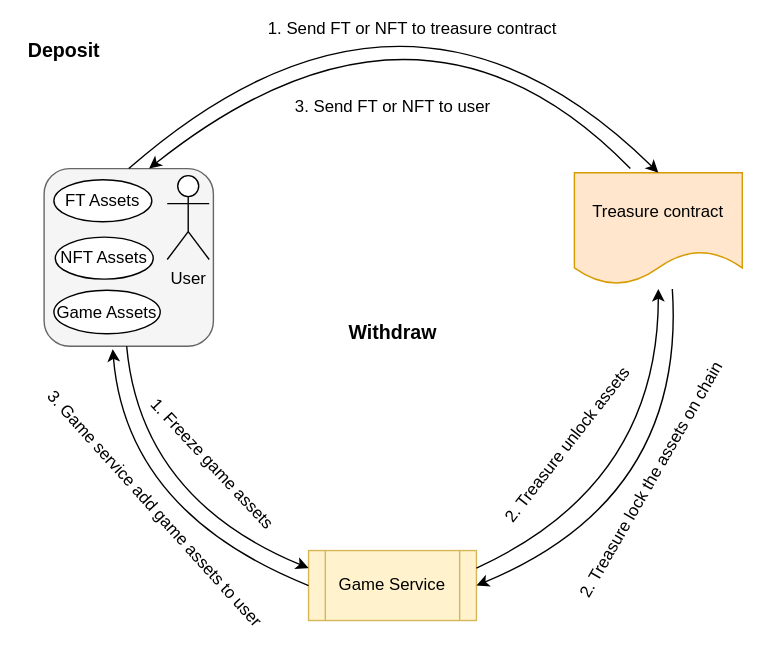
SHLGame/slate keeps this draw.io diagram as source/images/assetsFlow.svg. Above is the earlier version. Source tidied: cells renumbered, new cells last; positions are measured from the earlier drawing's top-left corner, leaving out a move shared by most shapes.
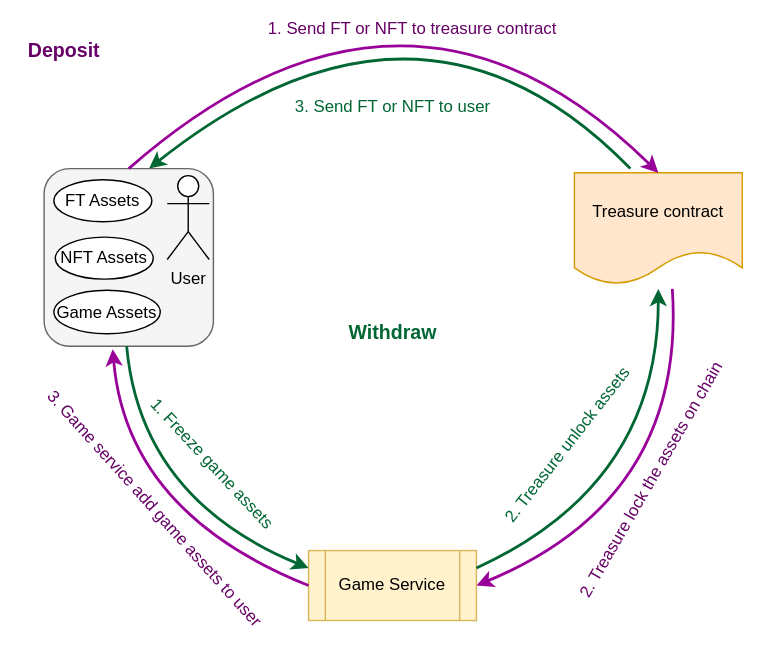
Above is the later version.

Diff of the diagram source:
```diff
@@ -14,7 +14,7 @@
     <mxCell id="5" value="Treasure contract" style="shape=document;whiteSpace=wrap;html=1;boundedLbl=1;fillColor=#ffe6cc;strokeColor=#d79b00;" parent="1" vertex="1">
       <mxGeometry x="420" y="177" width="120" height="80" as="geometry" />
     </mxCell>
-    <mxCell id="6" value="1. Send FT or NFT to treasure contract" style="text;html=1;align=center;verticalAlign=middle;strokeColor=none;fillColor=none;" parent="1" vertex="1">
+    <mxCell id="6" value="1. Send FT or NFT to treasure contract" style="text;html=1;align=center;verticalAlign=middle;strokeColor=none;fillColor=none;fontColor=#660066;" parent="1" vertex="1">
       <mxGeometry x="194" y="64" width="220" height="20" as="geometry" />
     </mxCell>
     <mxCell id="7" value="FT Assets" style="ellipse;whiteSpace=wrap;html=1;" parent="1" vertex="1">
@@ -23,20 +23,20 @@
     <mxCell id="8" value="NFT Assets" style="ellipse;whiteSpace=wrap;html=1;" parent="1" vertex="1">
       <mxGeometry x="49" y="223" width="70" height="30" as="geometry" />
     </mxCell>
-    <mxCell id="9" value="2. Treasure lock the assets on chain" style="text;html=1;align=center;verticalAlign=middle;strokeColor=none;fillColor=none;rotation=-60;" parent="1" vertex="1">
+    <mxCell id="9" value="2. Treasure lock the assets on chain" style="text;html=1;align=center;verticalAlign=middle;strokeColor=none;fillColor=none;rotation=-60;fontColor=#660066;" parent="1" vertex="1">
       <mxGeometry x="370" y="387" width="210" height="20" as="geometry" />
     </mxCell>
     <mxCell id="10" value="Game Assets" style="ellipse;whiteSpace=wrap;html=1;" parent="1" vertex="1">
       <mxGeometry x="48" y="261" width="76" height="31" as="geometry" />
     </mxCell>
-    <mxCell id="11" style="curved=1;endArrow=classic;html=1;rounded=0;exitX=0.5;exitY=0;exitDx=0;exitDy=0;entryX=0.5;entryY=0;entryDx=0;entryDy=0;" parent="1" edge="1" source="2" target="5">
+    <mxCell id="11" style="curved=1;endArrow=classic;html=1;rounded=0;exitX=0.5;exitY=0;exitDx=0;exitDy=0;entryX=0.5;entryY=0;entryDx=0;entryDy=0;fontColor=#660066;strokeWidth=2;strokeColor=#990099;" parent="1" edge="1" source="2" target="5">
       <mxGeometry relative="1" as="geometry">
         <Array as="points">
           <mxPoint x="300" />
         </Array>
       </mxGeometry>
     </mxCell>
-    <mxCell id="12" style="curved=1;endArrow=classic;html=1;rounded=0;entryX=1;entryY=0.5;entryDx=0;entryDy=0;" parent="1" edge="1" target="3">
+    <mxCell id="12" style="curved=1;endArrow=classic;html=1;rounded=0;entryX=1;entryY=0.5;entryDx=0;entryDy=0;fontColor=#660066;strokeWidth=2;strokeColor=#990099;" parent="1" edge="1" target="3">
       <mxGeometry relative="1" as="geometry">
         <mxPoint x="490" y="260" as="sourcePoint" />
         <Array as="points">
@@ -44,17 +44,17 @@
         </Array>
       </mxGeometry>
     </mxCell>
-    <mxCell id="13" style="curved=1;endArrow=classic;html=1;rounded=0;exitX=0;exitY=0.5;exitDx=0;exitDy=0;entryX=0.405;entryY=1.016;entryDx=0;entryDy=0;entryPerimeter=0;" parent="1" edge="1" source="3" target="2">
+    <mxCell id="13" style="curved=1;endArrow=classic;html=1;rounded=0;exitX=0;exitY=0.5;exitDx=0;exitDy=0;entryX=0.405;entryY=1.016;entryDx=0;entryDy=0;entryPerimeter=0;fontColor=#660066;strokeWidth=2;strokeColor=#990099;" parent="1" edge="1" source="3" target="2">
       <mxGeometry relative="1" as="geometry">
         <Array as="points">
           <mxPoint x="100" y="420" />
         </Array>
       </mxGeometry>
     </mxCell>
-    <mxCell id="14" value="3. Game service add game assets to user" style="text;html=1;align=center;verticalAlign=middle;strokeColor=none;fillColor=none;rotation=48;" parent="1" vertex="1">
+    <mxCell id="14" value="3. Game service add game assets to user" style="text;html=1;align=center;verticalAlign=middle;strokeColor=none;fillColor=none;rotation=48;fontColor=#660066;" parent="1" vertex="1">
       <mxGeometry y="407" width="240" height="20" as="geometry" />
     </mxCell>
-    <mxCell id="15" style="curved=1;endArrow=classic;html=1;rounded=0;entryX=0;entryY=0.25;entryDx=0;entryDy=0;" parent="1" edge="1" target="3">
+    <mxCell id="15" style="curved=1;endArrow=classic;html=1;rounded=0;entryX=0;entryY=0.25;entryDx=0;entryDy=0;fontColor=#006633;strokeColor=#006633;strokeWidth=2;" parent="1" edge="1" target="3">
       <mxGeometry relative="1" as="geometry">
         <mxPoint x="100" y="301" as="sourcePoint" />
         <Array as="points">
@@ -62,10 +62,10 @@
         </Array>
       </mxGeometry>
     </mxCell>
-    <mxCell id="16" value="1. Freeze game assets" style="text;html=1;align=center;verticalAlign=middle;strokeColor=none;fillColor=none;rotation=47;" parent="1" vertex="1">
+    <mxCell id="16" value="1. Freeze game assets" style="text;html=1;align=center;verticalAlign=middle;strokeColor=none;fillColor=none;rotation=47;fontColor=#006633;" parent="1" vertex="1">
       <mxGeometry x="91" y="375" width="140" height="20" as="geometry" />
     </mxCell>
-    <mxCell id="17" style="curved=1;endArrow=classic;html=1;rounded=0;exitX=1;exitY=0.25;exitDx=0;exitDy=0;" parent="1" edge="1" source="3">
+    <mxCell id="17" style="curved=1;endArrow=classic;html=1;rounded=0;exitX=1;exitY=0.25;exitDx=0;exitDy=0;fontColor=#006633;strokeColor=#006633;strokeWidth=2;" parent="1" edge="1" source="3">
       <mxGeometry relative="1" as="geometry">
         <mxPoint x="480" y="260" as="targetPoint" />
         <Array as="points">
@@ -73,10 +73,10 @@
         </Array>
       </mxGeometry>
     </mxCell>
-    <mxCell id="18" value="2. Treasure unlock assets" style="text;html=1;align=center;verticalAlign=middle;strokeColor=none;fillColor=none;rotation=-52;" parent="1" vertex="1">
+    <mxCell id="18" value="2. Treasure unlock assets" style="text;html=1;align=center;verticalAlign=middle;strokeColor=none;fillColor=none;rotation=-52;fontColor=#006633;" parent="1" vertex="1">
       <mxGeometry x="340" y="362" width="150" height="20" as="geometry" />
     </mxCell>
-    <mxCell id="19" style="curved=1;endArrow=classic;html=1;rounded=0;entryX=0.62;entryY=0;entryDx=0;entryDy=0;entryPerimeter=0;" parent="1" edge="1" target="2">
+    <mxCell id="19" style="curved=1;endArrow=classic;html=1;rounded=0;entryX=0.62;entryY=0;entryDx=0;entryDy=0;entryPerimeter=0;fontColor=#006633;strokeColor=#006633;fontSize=12;strokeWidth=2;" parent="1" edge="1" target="2">
       <mxGeometry relative="1" as="geometry">
         <mxPoint x="460" y="174" as="sourcePoint" />
         <Array as="points">
@@ -84,13 +84,13 @@
         </Array>
       </mxGeometry>
     </mxCell>
-    <mxCell id="20" value="3. Send FT or NFT to user" style="text;html=1;align=center;verticalAlign=middle;strokeColor=none;fillColor=none;" parent="1" vertex="1">
+    <mxCell id="20" value="3. Send FT or NFT to user" style="text;html=1;align=center;verticalAlign=middle;strokeColor=none;fillColor=none;fontColor=#006633;" parent="1" vertex="1">
       <mxGeometry x="210" y="120" width="160" height="20" as="geometry" />
     </mxCell>
-    <mxCell id="21" value="&lt;font style=&quot;font-size: 14px&quot;&gt;&lt;b&gt;Withdraw&lt;/b&gt;&lt;/font&gt;" style="text;html=1;align=center;verticalAlign=middle;strokeColor=none;fillColor=none;" parent="1" vertex="1">
+    <mxCell id="21" value="&lt;font style=&quot;font-size: 14px&quot;&gt;&lt;b&gt;Withdraw&lt;/b&gt;&lt;/font&gt;" style="text;html=1;align=center;verticalAlign=middle;strokeColor=none;fillColor=none;fontColor=#006633;" parent="1" vertex="1">
       <mxGeometry x="250" y="281" width="80" height="20" as="geometry" />
     </mxCell>
-    <mxCell id="22" value="&lt;font style=&quot;font-size: 14px&quot;&gt;&lt;b&gt;Deposit&lt;/b&gt;&lt;/font&gt;" style="text;html=1;align=center;verticalAlign=middle;strokeColor=none;fillColor=none;" parent="1" vertex="1">
+    <mxCell id="22" value="&lt;font style=&quot;font-size: 14px&quot;&gt;&lt;b&gt;Deposit&lt;/b&gt;&lt;/font&gt;" style="text;html=1;align=center;verticalAlign=middle;strokeColor=none;fillColor=none;fontColor=#660066;" parent="1" vertex="1">
       <mxGeometry x="20" y="80" width="70" height="20" as="geometry" />
     </mxCell>
   </root>
```
